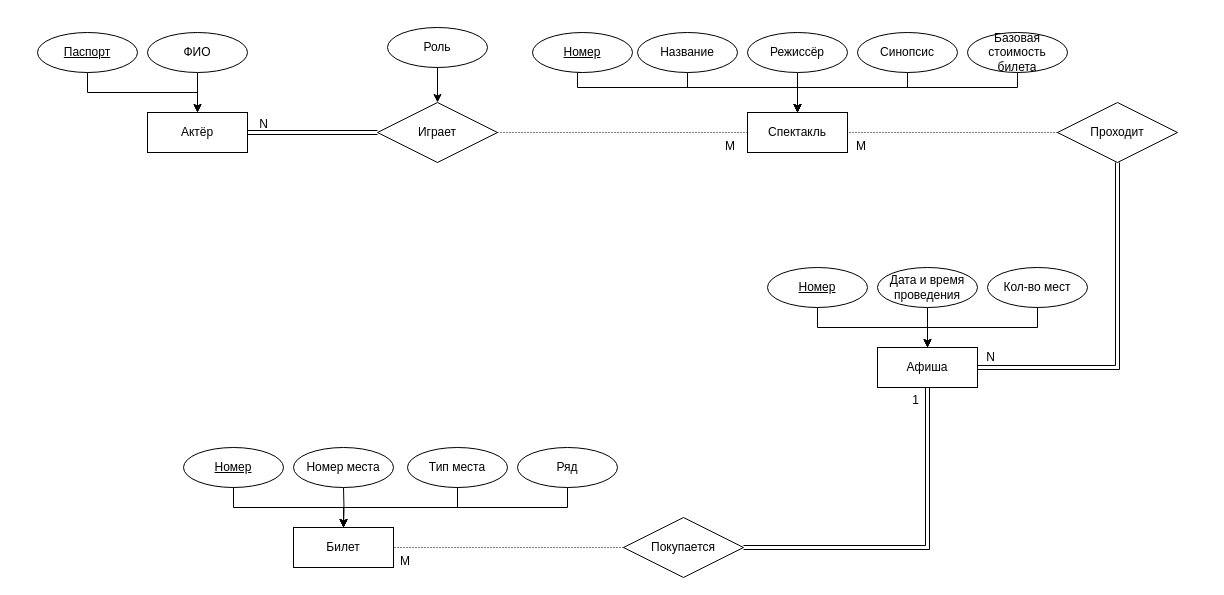
This is Laba1/ER_diagram.drawio from den-a-s/data_based, a draw.io file, before an edit. Source tidied: cells renumbered, new cells numbered last; positions are measured from the earlier drawing's top-left corner, leaving out a move shared by most shapes. Both pictures are drawn from the tidied source at 100%, with x=0, y=0 at pixel (17, 27).
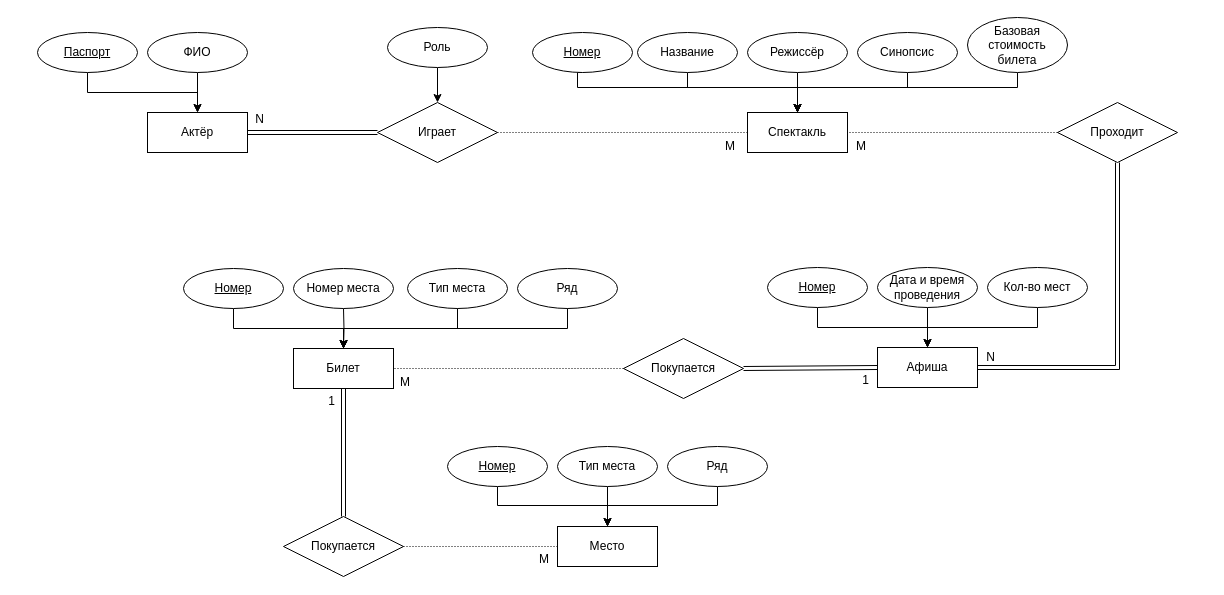
The same page after the edit.

Commit message:
Вновь добавил места, скомпоновал всё поближе.drawio

The change refers to these unchanged cells:
```xml
<mxCell id="13" value="Билет" style="whiteSpace=wrap;html=1;align=center;" parent="12" vertex="1">
  <mxGeometry x="110" y="80" width="100" height="40" as="geometry" />
</mxCell>
<mxCell id="30" value="Афиша" style="whiteSpace=wrap;html=1;align=center;" parent="29" vertex="1">
  <mxGeometry x="110" y="40" width="100" height="40" as="geometry" />
</mxCell>
<mxCell id="40" style="shape=link;html=1;rounded=0;exitX=0;exitY=0.5;exitDx=0;exitDy=0;entryX=1;entryY=0.5;entryDx=0;entryDy=0;" parent="1" edge="1" source="37" target="24">
  <mxGeometry relative="1" as="geometry" />
</mxCell>
```

Diff of the diagram source:
```diff
@@
     <mxCell id="12" style="group;" parent="1" vertex="1">
-      <mxGeometry x="166" y="420" width="440" height="120" as="geometry" />
+      <mxGeometry x="166" y="241" width="440" height="120" as="geometry" />
     </mxCell>
@@
     <mxCell id="41" value="N" style="html=1;whiteSpace=wrap;align=right;verticalAlign=bottom;" parent="40" vertex="1">
       <mxGeometry x="1" relative="1" as="geometry">
-        <mxPoint x="22" as="offset" />
+        <mxPoint x="18" y="-5" as="offset" />
       </mxGeometry>
     </mxCell>
@@
     <mxCell id="47" value="&lt;div&gt;Покупается&lt;/div&gt;" style="shape=rhombus;perimeter=rhombusPerimeter;whiteSpace=wrap;html=1;align=center;" parent="1" vertex="1">
-      <mxGeometry x="606" y="490" width="120" height="60" as="geometry" />
+      <mxGeometry x="606" y="311" width="120" height="60" as="geometry" />
     </mxCell>
-    <mxCell id="48" style="shape=link;html=1;rounded=0;exitX=1;exitY=0.5;exitDx=0;exitDy=0;entryX=0.5;entryY=1;entryDx=0;entryDy=0;" parent="1" edge="1" source="47" target="30">
-      <mxGeometry relative="1" as="geometry">
-        <Array as="points">
-          <mxPoint x="910" y="520" />
-        </Array>
-      </mxGeometry>
+    <mxCell id="48" style="shape=link;html=1;rounded=0;exitX=1;exitY=0.5;exitDx=0;exitDy=0;entryX=0;entryY=0.5;entryDx=0;entryDy=0;" parent="1" edge="1" source="47" target="30">
+      <mxGeometry relative="1" as="geometry" />
     </mxCell>
@@
     <mxCell id="55" value="Базовая стоимость билета" style="ellipse;whiteSpace=wrap;html=1;align=center;" parent="1" vertex="1">
-      <mxGeometry x="950" y="5" width="100" height="40" as="geometry" />
+      <mxGeometry x="950" y="-10" width="100" height="55" as="geometry" />
     </mxCell>
+    <mxCell id="56" value="&lt;div&gt;Покупается&lt;/div&gt;" style="shape=rhombus;perimeter=rhombusPerimeter;whiteSpace=wrap;html=1;align=center;" parent="1" vertex="1">
+      <mxGeometry x="266" y="489" width="120" height="60" as="geometry" />
+    </mxCell>
+    <mxCell id="57" style="shape=link;html=1;rounded=0;entryX=0.5;entryY=1;entryDx=0;entryDy=0;exitX=0.5;exitY=0;exitDx=0;exitDy=0;" parent="1" edge="1" source="56" target="13">
+      <mxGeometry relative="1" as="geometry" />
+    </mxCell>
+    <mxCell id="58" value="1" style="html=1;whiteSpace=wrap;align=right;verticalAlign=bottom;" parent="57" vertex="1">
+      <mxGeometry x="1" relative="1" as="geometry">
+        <mxPoint x="-7" y="21" as="offset" />
+      </mxGeometry>
+    </mxCell>
+    <mxCell id="59" style="endArrow=none;html=1;rounded=0;dashed=1;dashPattern=1 2;entryX=0;entryY=0.5;entryDx=0;entryDy=0;exitX=1;exitY=0.5;exitDx=0;exitDy=0;" parent="1" edge="1" source="56" target="62">
+      <mxGeometry relative="1" as="geometry" />
+    </mxCell>
+    <mxCell id="60" value="&lt;div&gt;М&lt;/div&gt;" style="html=1;whiteSpace=wrap;align=right;verticalAlign=bottom;" parent="59" vertex="1">
+      <mxGeometry x="1" relative="1" as="geometry">
+        <mxPoint x="-7" y="21" as="offset" />
+      </mxGeometry>
+    </mxCell>
+    <mxCell id="61" style="group;" parent="1" vertex="1">
+      <mxGeometry x="430" y="419" width="320" height="120" as="geometry" />
+    </mxCell>
+    <mxCell id="62" value="Место" style="whiteSpace=wrap;html=1;align=center;" parent="61" vertex="1">
+      <mxGeometry x="110" y="80" width="100" height="40" as="geometry" />
+    </mxCell>
+    <mxCell id="63" style="edgeStyle=orthogonalEdgeStyle;rounded=0;jettySize=auto;html=1;entryX=0.5;entryY=0;entryDx=0;entryDy=0;" parent="61" edge="1" source="64" target="62">
+      <mxGeometry relative="1" as="geometry">
+        <Array as="points">
+          <mxPoint x="50" y="59" />
+          <mxPoint x="160" y="59" />
+        </Array>
+      </mxGeometry>
+    </mxCell>
+    <mxCell id="64" value="&lt;u&gt;Номер&lt;/u&gt;" style="ellipse;whiteSpace=wrap;html=1;align=center;" parent="61" vertex="1">
+      <mxGeometry width="100" height="40" as="geometry" />
+    </mxCell>
+    <mxCell id="65" style="edgeStyle=orthogonalEdgeStyle;rounded=0;jettySize=auto;html=1;entryX=0.5;entryY=0;entryDx=0;entryDy=0;exitX=0.5;exitY=1;exitDx=0;exitDy=0;" parent="61" edge="1" source="66" target="62">
+      <mxGeometry relative="1" as="geometry">
+        <Array as="points">
+          <mxPoint x="160" y="69" />
+          <mxPoint x="160" y="69" />
+        </Array>
+      </mxGeometry>
+    </mxCell>
+    <mxCell id="66" value="Тип места" style="ellipse;whiteSpace=wrap;html=1;align=center;" parent="61" vertex="1">
+      <mxGeometry x="110" width="100" height="40" as="geometry" />
+    </mxCell>
+    <mxCell id="67" style="edgeStyle=orthogonalEdgeStyle;rounded=0;jettySize=auto;html=1;entryX=0.5;entryY=0;entryDx=0;entryDy=0;" parent="61" edge="1" source="68" target="62">
+      <mxGeometry relative="1" as="geometry">
+        <Array as="points">
+          <mxPoint x="270" y="59" />
+          <mxPoint x="160" y="59" />
+        </Array>
+      </mxGeometry>
+    </mxCell>
+    <mxCell id="68" value="Ряд" style="ellipse;whiteSpace=wrap;html=1;align=center;" parent="61" vertex="1">
+      <mxGeometry x="220" width="100" height="40" as="geometry" />
+    </mxCell>
```
